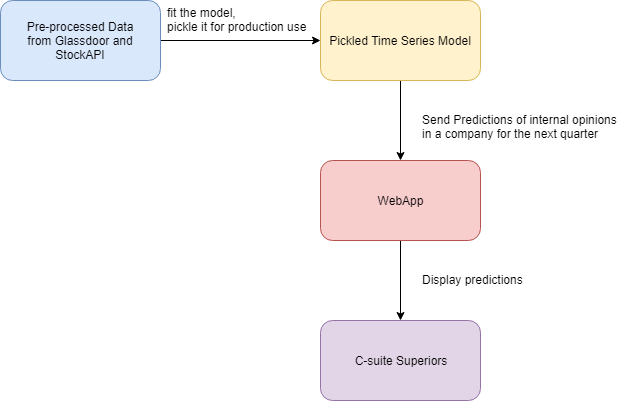
Above: img/webapp_flowchart.png in qinj/Internal_Sentiment_Towards_Workplace (draw.io), before the change. Source tidied: cells renumbered, new cells last; positions are measured from the earlier drawing's top-left corner, leaving out a move shared by most shapes. Its diagram source:
```xml
<mxGraphModel>
  <root>
    <mxCell id="0" />
    <mxCell id="1" parent="0" />
    <mxCell id="2" style="edgeStyle=orthogonalEdgeStyle;rounded=0;jettySize=auto;html=1;" parent="1" edge="1" source="3" target="5">
      <mxGeometry relative="1" as="geometry" />
    </mxCell>
    <mxCell id="3" value="Pre-processed Data&lt;br&gt;from Glassdoor and StockAPI&lt;br&gt;" style="rounded=1;whiteSpace=wrap;html=1;fillColor=#dae8fc;strokeColor=#6c8ebf;" parent="1" vertex="1">
      <mxGeometry width="160" height="80" as="geometry" />
    </mxCell>
    <mxCell id="4" style="edgeStyle=orthogonalEdgeStyle;rounded=0;jettySize=auto;html=1;" parent="1" edge="1" source="5" target="7">
      <mxGeometry relative="1" as="geometry" />
    </mxCell>
    <mxCell id="5" value="Pickled Time Series Model" style="rounded=1;whiteSpace=wrap;html=1;fillColor=#fff2cc;strokeColor=#d6b656;" parent="1" vertex="1">
      <mxGeometry x="320" width="160" height="80" as="geometry" />
    </mxCell>
    <mxCell id="6" style="edgeStyle=orthogonalEdgeStyle;rounded=0;jettySize=auto;html=1;" parent="1" edge="1" source="7" target="8">
      <mxGeometry relative="1" as="geometry" />
    </mxCell>
    <mxCell id="7" value="WebApp" style="rounded=1;whiteSpace=wrap;html=1;fillColor=#f8cecc;strokeColor=#b85450;" parent="1" vertex="1">
      <mxGeometry x="320" y="160" width="160" height="80" as="geometry" />
    </mxCell>
    <mxCell id="8" value="C-suite Superiors&lt;br&gt;" style="rounded=1;whiteSpace=wrap;html=1;fillColor=#e1d5e7;strokeColor=#9673a6;" parent="1" vertex="1">
      <mxGeometry x="320" y="320" width="160" height="80" as="geometry" />
    </mxCell>
    <mxCell id="9" value="Send Predictions of internal opinions &lt;br&gt;in a company for the next quarter" style="text;html=1;align=left;verticalAlign=top;spacingTop=-4;" parent="1" vertex="1">
      <mxGeometry x="420" y="110" width="210" height="30" as="geometry" />
    </mxCell>
    <mxCell id="10" value="&lt;span&gt;Display predictions&lt;/span&gt;" style="text;html=1;align=left;verticalAlign=top;spacingTop=-4;" parent="1" vertex="1">
      <mxGeometry x="420" y="270" width="120" height="20" as="geometry" />
    </mxCell>
    <mxCell id="11" value="fit the model, &lt;br&gt;pickle it for production use" style="text;html=1;align=left;verticalAlign=top;spacingTop=-4;" parent="1" vertex="1">
      <mxGeometry x="165" y="3" width="150" height="30" as="geometry" />
    </mxCell>
    <mxCell id="12" style="edgeStyle=orthogonalEdgeStyle;rounded=0;orthogonalLoop=1;jettySize=auto;html=1;exitX=0.5;exitY=1;exitDx=0;exitDy=0;" parent="1" edge="1" source="8" target="8">
      <mxGeometry relative="1" as="geometry" />
    </mxCell>
  </root>
</mxGraphModel>
```
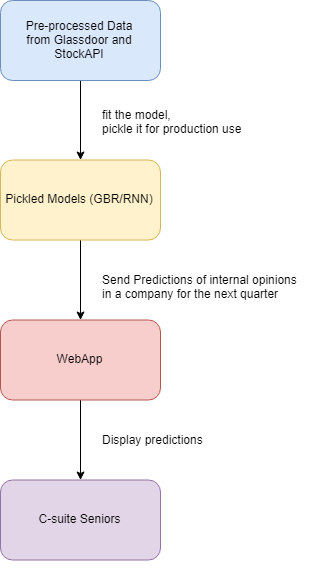
After the commit.

Diff of the diagram source:
```diff
@@ -6,12 +6,12 @@
       <mxGeometry relative="1" as="geometry" />
     </mxCell>
     <mxCell id="3" value="Pre-processed Data&lt;br&gt;from Glassdoor and StockAPI&lt;br&gt;" style="rounded=1;whiteSpace=wrap;html=1;fillColor=#dae8fc;strokeColor=#6c8ebf;" parent="1" vertex="1">
-      <mxGeometry width="160" height="80" as="geometry" />
+      <mxGeometry x="320" y="-159.5" width="160" height="80" as="geometry" />
     </mxCell>
     <mxCell id="4" style="edgeStyle=orthogonalEdgeStyle;rounded=0;jettySize=auto;html=1;" parent="1" edge="1" source="5" target="7">
       <mxGeometry relative="1" as="geometry" />
     </mxCell>
-    <mxCell id="5" value="Pickled Time Series Model" style="rounded=1;whiteSpace=wrap;html=1;fillColor=#fff2cc;strokeColor=#d6b656;" parent="1" vertex="1">
+    <mxCell id="5" value="Pickled Models (GBR/RNN)" style="rounded=1;whiteSpace=wrap;html=1;fillColor=#fff2cc;strokeColor=#d6b656;" parent="1" vertex="1">
       <mxGeometry x="320" width="160" height="80" as="geometry" />
     </mxCell>
     <mxCell id="6" style="edgeStyle=orthogonalEdgeStyle;rounded=0;jettySize=auto;html=1;" parent="1" edge="1" source="7" target="8">
@@ -20,7 +20,7 @@
     <mxCell id="7" value="WebApp" style="rounded=1;whiteSpace=wrap;html=1;fillColor=#f8cecc;strokeColor=#b85450;" parent="1" vertex="1">
       <mxGeometry x="320" y="160" width="160" height="80" as="geometry" />
     </mxCell>
-    <mxCell id="8" value="C-suite Superiors&lt;br&gt;" style="rounded=1;whiteSpace=wrap;html=1;fillColor=#e1d5e7;strokeColor=#9673a6;" parent="1" vertex="1">
+    <mxCell id="8" value="C-suite Seniors&lt;br&gt;" style="rounded=1;whiteSpace=wrap;html=1;fillColor=#e1d5e7;strokeColor=#9673a6;" parent="1" vertex="1">
       <mxGeometry x="320" y="320" width="160" height="80" as="geometry" />
     </mxCell>
     <mxCell id="9" value="Send Predictions of internal opinions &lt;br&gt;in a company for the next quarter" style="text;html=1;align=left;verticalAlign=top;spacingTop=-4;" parent="1" vertex="1">
@@ -30,7 +30,7 @@
       <mxGeometry x="420" y="270" width="120" height="20" as="geometry" />
     </mxCell>
     <mxCell id="11" value="fit the model, &lt;br&gt;pickle it for production use" style="text;html=1;align=left;verticalAlign=top;spacingTop=-4;" parent="1" vertex="1">
-      <mxGeometry x="165" y="3" width="150" height="30" as="geometry" />
+      <mxGeometry x="420" y="-54.5" width="150" height="30" as="geometry" />
     </mxCell>
     <mxCell id="12" style="edgeStyle=orthogonalEdgeStyle;rounded=0;orthogonalLoop=1;jettySize=auto;html=1;exitX=0.5;exitY=1;exitDx=0;exitDy=0;" parent="1" edge="1" source="8" target="8">
       <mxGeometry relative="1" as="geometry" />
```
